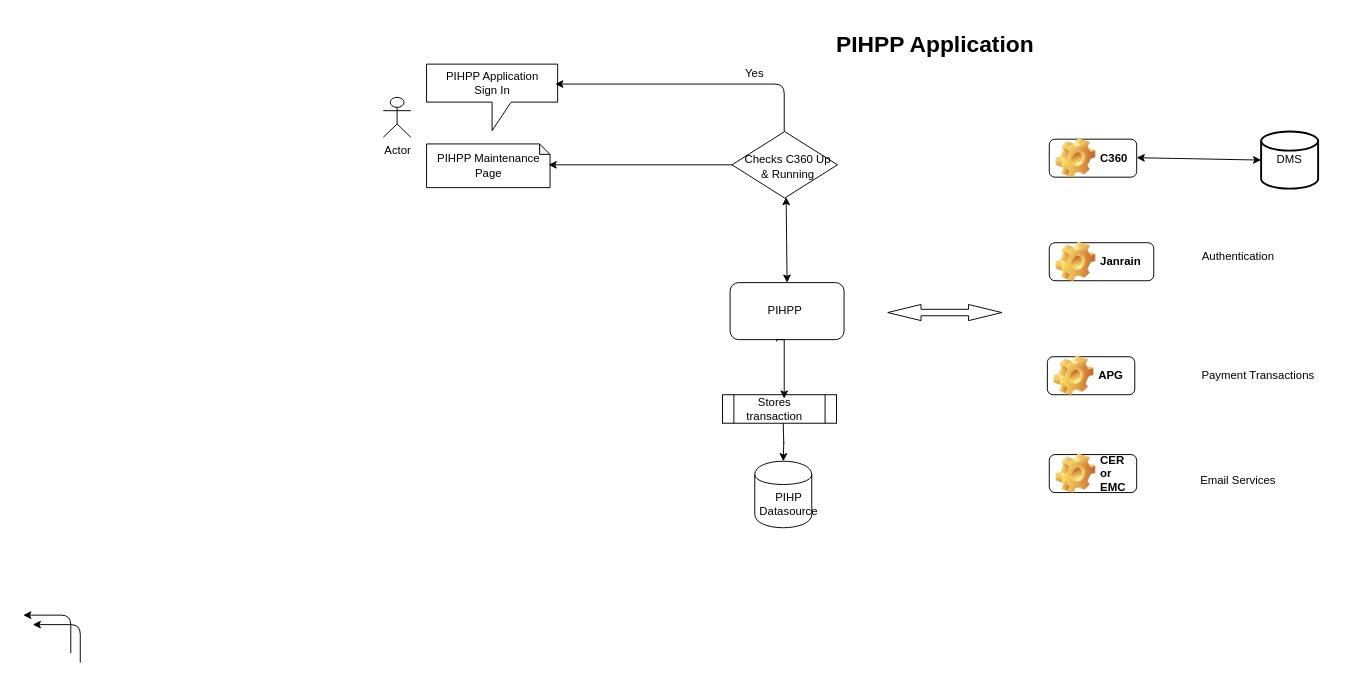
The draw.io diagram Untitled Diagram.drawio in prakashtjp/tutorials, before the edit. Source tidied: cells renumbered, new cells numbered last; positions are measured from the earlier drawing's top-left corner, leaving out a move shared by most shapes. Both pictures are drawn from the tidied source at 95%, with x=0, y=0 at pixel (23, 26).
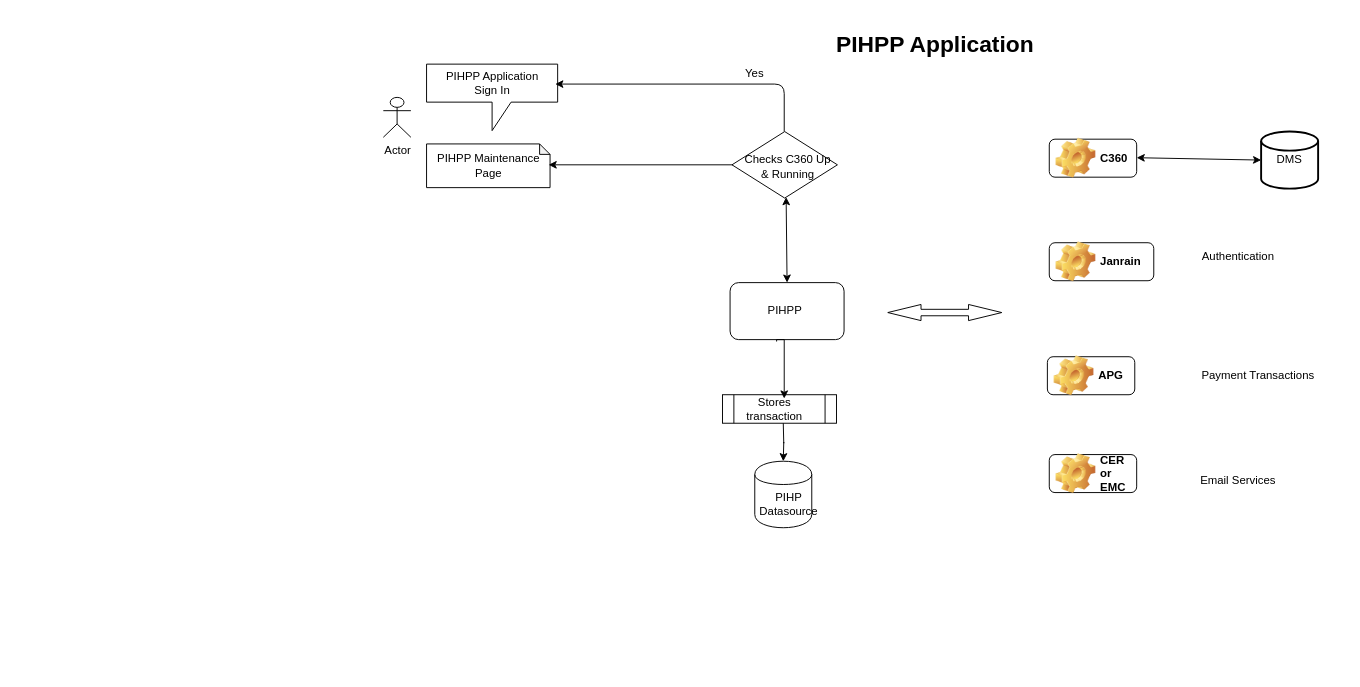
The same diagram, later.

Change to the diagram source:
```diff
@@
-    <mxCell id="32" style="endArrow=classic;html=1;" parent="1" edge="1">
-      <mxGeometry relative="1" as="geometry">
-        <mxPoint x="50" y="660" as="sourcePoint" />
-        <mxPoint y="620" as="targetPoint" />
-        <Array as="points">
-          <mxPoint x="50" y="620" />
-        </Array>
-      </mxGeometry>
-    </mxCell>
-    <mxCell id="33" style="endArrow=classic;html=1;" parent="1" edge="1">
-      <mxGeometry relative="1" as="geometry">
-        <mxPoint x="60" y="670" as="sourcePoint" />
-        <mxPoint x="10" y="630" as="targetPoint" />
-        <Array as="points">
-          <mxPoint x="60" y="630" />
-        </Array>
-      </mxGeometry>
-    </mxCell>
```
